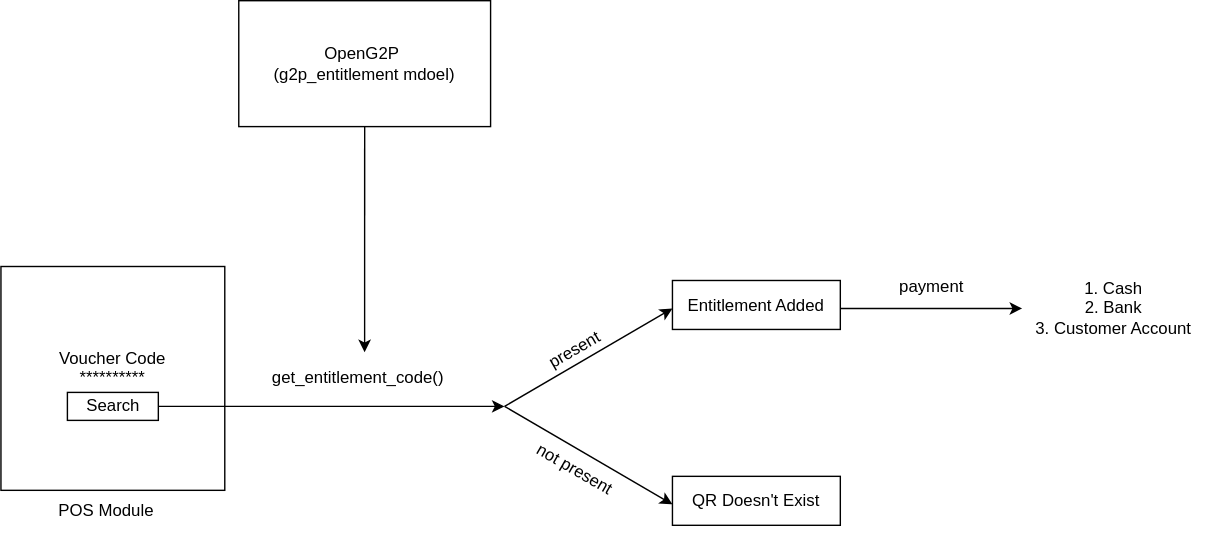
OpenG2P/openg2p-documentation keeps this draw.io diagram as .gitbook/assets/Voucher based Payment.drawio (1).svg. Above is the earlier version. Source tidied: cells renumbered, new cells last; positions are measured from the earlier drawing's top-left corner, leaving out a move shared by most shapes. Source of this version:
```xml
<mxGraphModel>
  <root>
    <mxCell id="0" />
    <mxCell id="1" parent="0" />
    <mxCell id="2" value="Voucher Code&lt;br&gt;**********&lt;br&gt;&lt;br&gt;" style="whiteSpace=wrap;html=1;" parent="1" vertex="1">
      <mxGeometry y="190" width="160" height="160" as="geometry" />
    </mxCell>
    <mxCell id="3" value="Search" style="rounded=0;whiteSpace=wrap;html=1;" parent="1" vertex="1">
      <mxGeometry x="47.5" y="280" width="65" height="20" as="geometry" />
    </mxCell>
    <mxCell id="4" value="POS Module" style="text;html=1;align=center;verticalAlign=middle;strokeColor=none;fillColor=none;" parent="1" vertex="1">
      <mxGeometry x="30" y="350" width="90" height="30" as="geometry" />
    </mxCell>
    <mxCell id="5" style="endArrow=classic;html=1;rounded=0;" parent="1" edge="1">
      <mxGeometry relative="1" as="geometry">
        <mxPoint x="112.5" y="290" as="sourcePoint" />
        <mxPoint x="360" y="290" as="targetPoint" />
      </mxGeometry>
    </mxCell>
    <mxCell id="6" value="get_entitlement_code()" style="text;html=1;align=center;verticalAlign=middle;points=[];strokeColor=none;fillColor=none;" parent="1" vertex="1">
      <mxGeometry x="180" y="255" width="150" height="30" as="geometry" />
    </mxCell>
    <mxCell id="7" style="endArrow=classic;html=1;rounded=0;" parent="1" edge="1">
      <mxGeometry relative="1" as="geometry">
        <mxPoint x="360" y="290" as="sourcePoint" />
        <mxPoint x="480" y="220" as="targetPoint" />
      </mxGeometry>
    </mxCell>
    <mxCell id="8" style="endArrow=classic;html=1;rounded=0;" parent="1" edge="1">
      <mxGeometry relative="1" as="geometry">
        <mxPoint x="360" y="290" as="sourcePoint" />
        <mxPoint x="480" y="360" as="targetPoint" />
      </mxGeometry>
    </mxCell>
    <mxCell id="9" value="present" style="text;html=1;align=center;verticalAlign=middle;strokeColor=none;fillColor=none;rotation=-30;" parent="1" vertex="1">
      <mxGeometry x="380" y="235" width="60" height="30" as="geometry" />
    </mxCell>
    <mxCell id="10" value="not present" style="text;html=1;align=center;verticalAlign=middle;strokeColor=none;fillColor=none;rotation=30;" parent="1" vertex="1">
      <mxGeometry x="370" y="320" width="80" height="30" as="geometry" />
    </mxCell>
    <mxCell id="11" value="QR Doesn't Exist" style="rounded=0;whiteSpace=wrap;html=1;" parent="1" vertex="1">
      <mxGeometry x="480" y="340" width="120" height="35" as="geometry" />
    </mxCell>
    <mxCell id="12" value="Entitlement Added" style="rounded=0;whiteSpace=wrap;html=1;" parent="1" vertex="1">
      <mxGeometry x="480" y="200" width="120" height="35" as="geometry" />
    </mxCell>
    <mxCell id="13" style="endArrow=classic;html=1;rounded=0;" parent="1" edge="1" target="15">
      <mxGeometry relative="1" as="geometry">
        <mxPoint x="600" y="220" as="sourcePoint" />
      </mxGeometry>
    </mxCell>
    <mxCell id="14" value="payment" style="text;html=1;align=center;verticalAlign=middle;strokeColor=none;fillColor=none;" parent="1" vertex="1">
      <mxGeometry x="630" y="190" width="70" height="30" as="geometry" />
    </mxCell>
    <mxCell id="15" value="1. Cash&lt;br&gt;2. Bank&lt;br&gt;3. Customer Account" style="text;html=1;align=center;verticalAlign=middle;points=[];strokeColor=none;fillColor=none;" parent="1" vertex="1">
      <mxGeometry x="730" y="190" width="130" height="60" as="geometry" />
    </mxCell>
    <mxCell id="16" style="endArrow=classic;html=1;rounded=0;entryX=0.533;entryY=-0.125;entryDx=0;entryDy=0;entryPerimeter=0;" parent="1" edge="1" target="6">
      <mxGeometry relative="1" as="geometry">
        <mxPoint x="260" y="90" as="sourcePoint" />
      </mxGeometry>
    </mxCell>
    <mxCell id="17" value="OpenG2P&amp;nbsp;&lt;br&gt;(g2p_entitlement mdoel)" style="rounded=0;whiteSpace=wrap;html=1;" parent="1" vertex="1">
      <mxGeometry x="170" width="180" height="90" as="geometry" />
    </mxCell>
  </root>
</mxGraphModel>
```
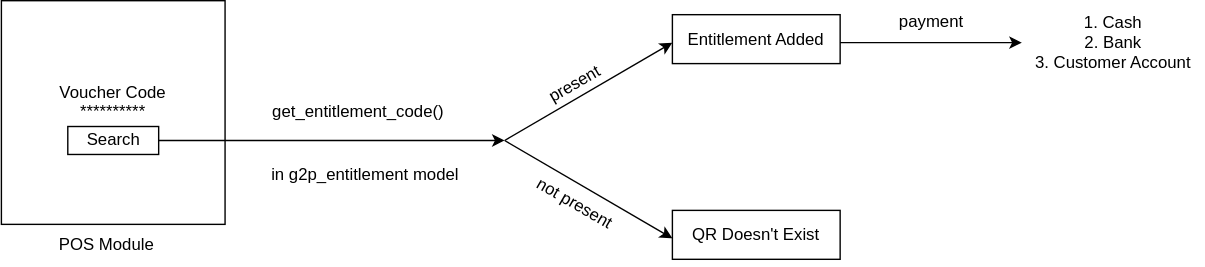
Above is the later version.

The edit, as a diff of the source:
```diff
@@ -20,6 +20,9 @@
     <mxCell id="6" value="get_entitlement_code()" style="text;html=1;align=center;verticalAlign=middle;points=[];strokeColor=none;fillColor=none;" parent="1" vertex="1">
       <mxGeometry x="180" y="255" width="150" height="30" as="geometry" />
     </mxCell>
+    <mxCell id="18" value="in g2p_entitlement model" style="text;html=1;align=center;verticalAlign=middle;strokeColor=none;fillColor=none;" parent="1" vertex="1">
+      <mxGeometry x="180" y="300" width="160" height="30" as="geometry" />
+    </mxCell>
     <mxCell id="7" style="endArrow=classic;html=1;rounded=0;" parent="1" edge="1">
       <mxGeometry relative="1" as="geometry">
         <mxPoint x="360" y="290" as="sourcePoint" />
@@ -55,13 +58,5 @@
     <mxCell id="15" value="1. Cash&lt;br&gt;2. Bank&lt;br&gt;3. Customer Account" style="text;html=1;align=center;verticalAlign=middle;points=[];strokeColor=none;fillColor=none;" parent="1" vertex="1">
       <mxGeometry x="730" y="190" width="130" height="60" as="geometry" />
     </mxCell>
-    <mxCell id="16" style="endArrow=classic;html=1;rounded=0;entryX=0.533;entryY=-0.125;entryDx=0;entryDy=0;entryPerimeter=0;" parent="1" edge="1" target="6">
-      <mxGeometry relative="1" as="geometry">
-        <mxPoint x="260" y="90" as="sourcePoint" />
-      </mxGeometry>
-    </mxCell>
-    <mxCell id="17" value="OpenG2P&amp;nbsp;&lt;br&gt;(g2p_entitlement mdoel)" style="rounded=0;whiteSpace=wrap;html=1;" parent="1" vertex="1">
-      <mxGeometry x="170" width="180" height="90" as="geometry" />
-    </mxCell>
   </root>
 </mxGraphModel>
```
